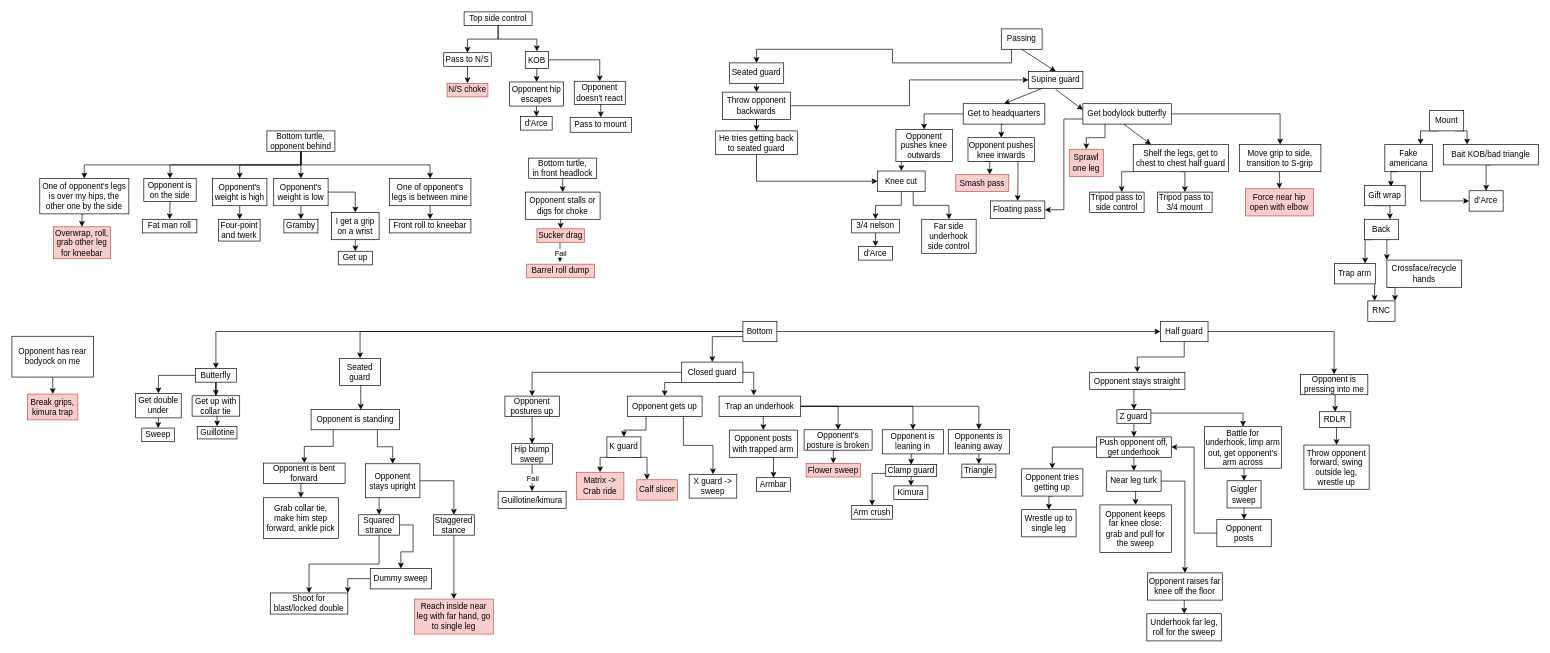
This is JJB.drawio from Bertrand31/BJJ-flowchart, a draw.io file, before an edit. Source tidied: cells renumbered, new cells numbered last; positions are measured from the earlier drawing's top-left corner, leaving out a move shared by most shapes. Both pictures are drawn from the tidied source at 68%, with x=0, y=0 at pixel (12, 12).
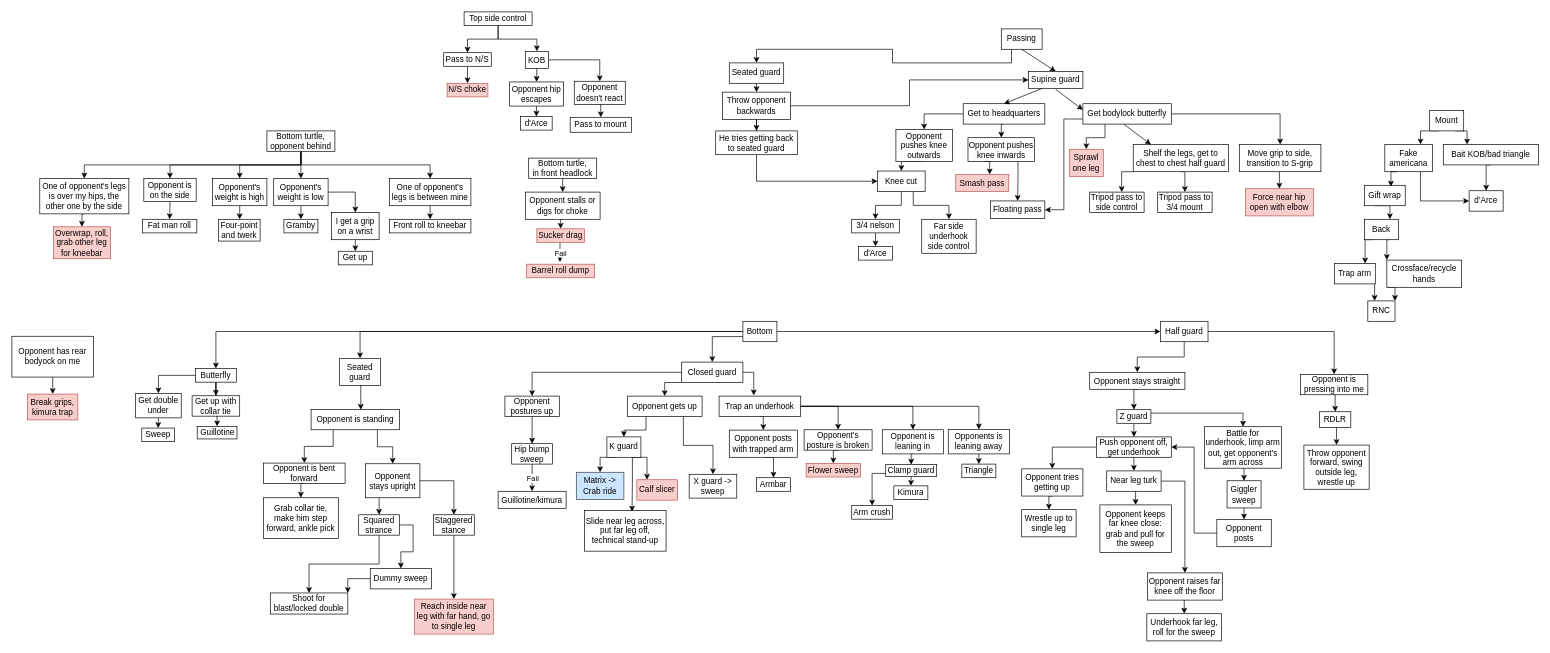
Above is the later version.

Commit message:
Add K-guard option

Unchanged cells that the change refers to:
```xml
<mxCell id="62" value="K guard" style="whiteSpace=wrap;html=1;" parent="1" vertex="1">
  <mxGeometry x="875" y="625" width="50" height="30" as="geometry" />
</mxCell>
```

Diff of the diagram source:
```diff
@@
-    <mxCell id="63" value="Matrix -&amp;gt; Crab ride" style="whiteSpace=wrap;html=1;fillColor=#f8cecc;strokeColor=#b85450;" parent="1" vertex="1">
+    <mxCell id="63" value="Matrix -&amp;gt; Crab ride" style="whiteSpace=wrap;html=1;fillColor=#cce5ff;strokeColor=#36393d;" parent="1" vertex="1">
       <mxGeometry x="830" y="677" width="70" height="40" as="geometry" />
     </mxCell>
@@
+    <mxCell id="222" value="Slide near leg across, put far leg off, technical stand-up" style="whiteSpace=wrap;html=1;" parent="1" vertex="1">
+      <mxGeometry x="842" y="733" width="120" height="60" as="geometry" />
+    </mxCell>
+    <mxCell id="223" style="edgeStyle=orthogonalEdgeStyle;rounded=0;jettySize=auto;html=1;exitX=0.75;exitY=1;exitDx=0;exitDy=0;entryX=0.583;entryY=0.033;entryDx=0;entryDy=0;entryPerimeter=0;" parent="1" edge="1" source="62" target="222">
+      <mxGeometry relative="1" as="geometry" />
+    </mxCell>
```
